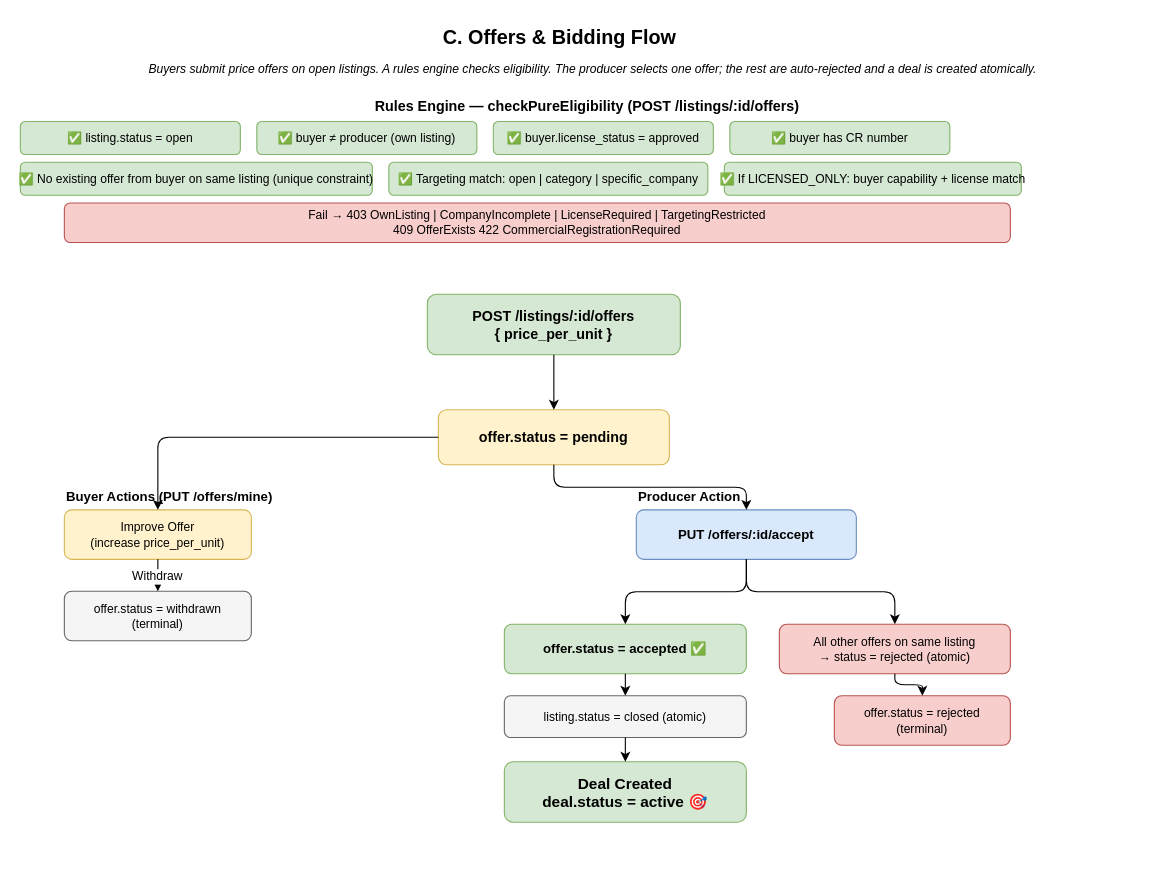
This is page "4. Offers & Bidding" (4 of 6) of Tadweerah_Phase1_Operating_Model.drawio from mmuaibed/Tadweerah-Hub, a draw.io file, before an edit. Source tidied: cells renumbered, new cells numbered last; positions are measured from the earlier drawing's top-left corner, leaving out a move shared by most shapes. Both pictures are drawn from the tidied source at 110%, with x=0, y=0 at pixel (20, 19).
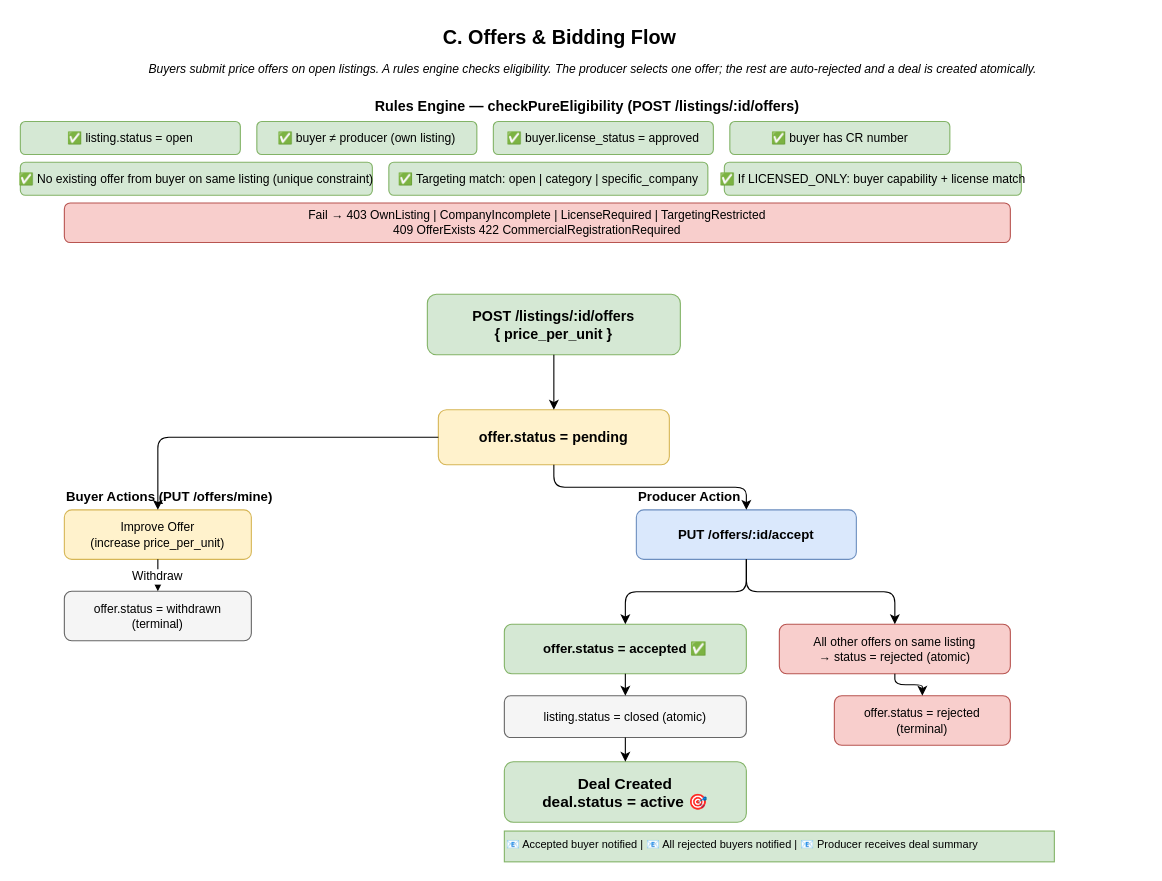
Above is the later version.

The edit, as a diff of the source:
```diff
@@
+    <mxCell id="34" value="📧 Accepted buyer notified | 📧 All rejected buyers notified | 📧 Producer receives deal summary" style="text;html=1;fontSize=10;align=left;fillColor=#d5e8d4;strokeColor=#82b366;" parent="1" vertex="1">
+      <mxGeometry x="440" y="738" width="500" height="28" as="geometry" />
+    </mxCell>
```
